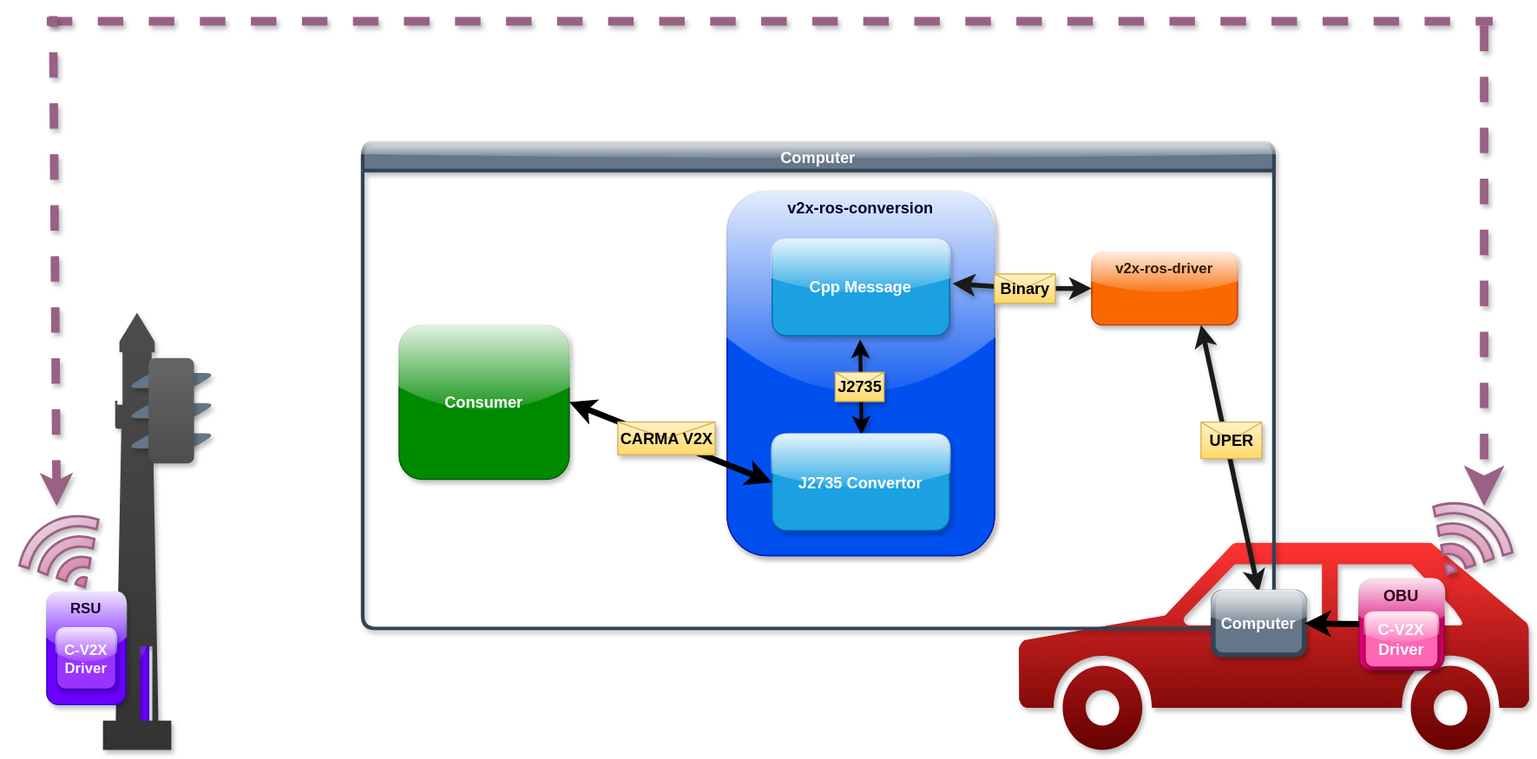
Above: assets/diagram.svg in usdot-fhwa-stol/v2x-ros-conversion (draw.io), before the change. Source tidied: cells renumbered, new cells last; positions are measured from the earlier drawing's top-left corner, leaving out a move shared by most shapes.
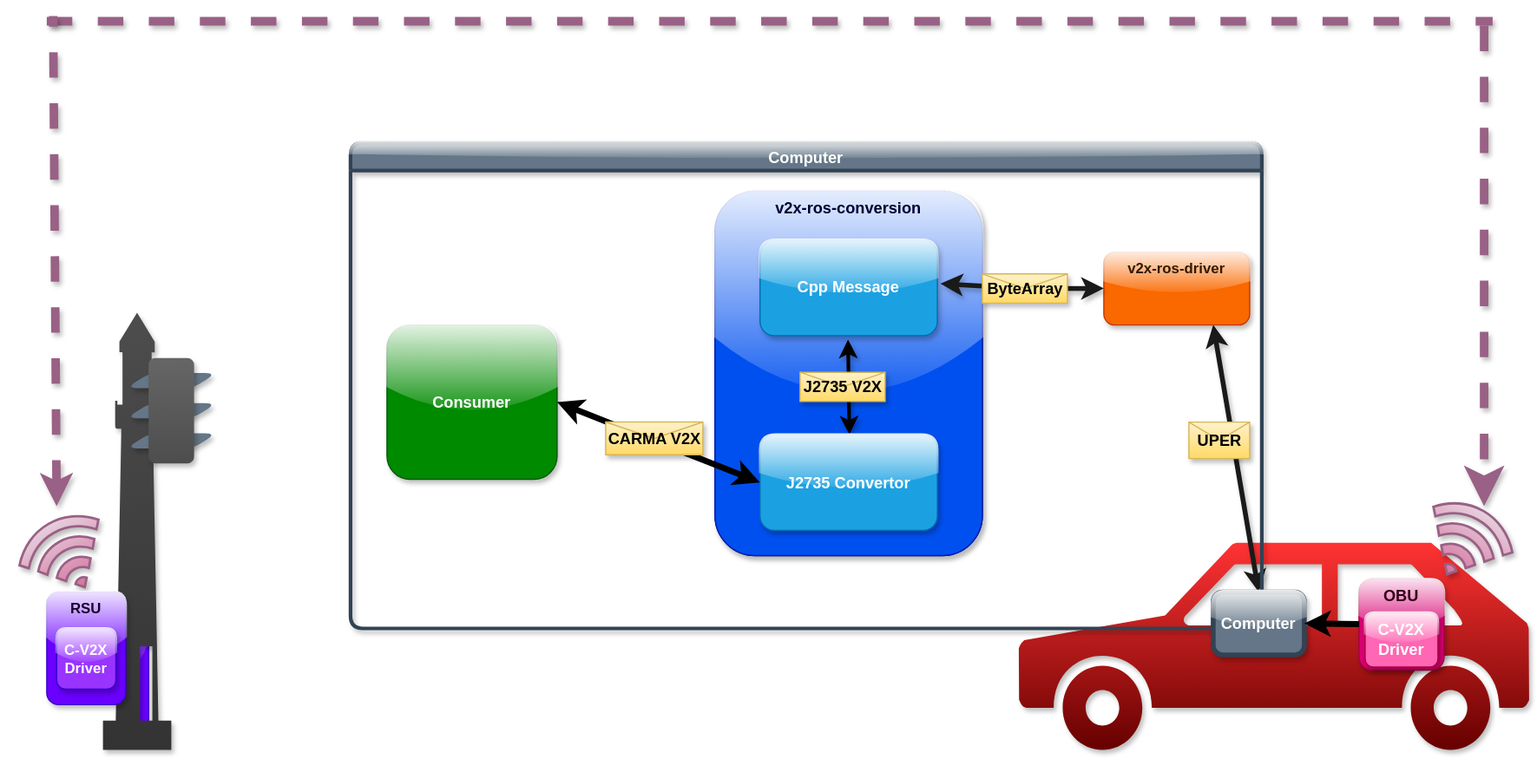
After the change.

Commit message:
Readme and diagram improvements

The edit, as a diff of the source:
```diff
@@ -18,7 +18,7 @@
       <mxGeometry x="67.2" y="244" width="56.2" height="360" as="geometry" />
     </mxCell>
     <mxCell id="7" value="Computer" style="swimlane;whiteSpace=wrap;html=1;fillColor=#647687;strokeColor=#314354;fontColor=#FFFFFF;fontStyle=1;fontSize=13;glass=1;shadow=1;rounded=1;strokeWidth=3;" parent="1" vertex="1">
-      <mxGeometry x="281" y="104" width="750" height="400" as="geometry" />
+      <mxGeometry x="271" y="104" width="750" height="400" as="geometry" />
     </mxCell>
     <mxCell id="8" style="group;strokeColor=#000033;rounded=1;glass=0;shadow=1;" parent="7" vertex="1">
       <mxGeometry x="300" y="40" width="220" height="300" as="geometry" />
@@ -37,9 +37,9 @@
         <mxPoint x="110.6" y="200.3" as="targetPoint" />
       </mxGeometry>
     </mxCell>
-    <mxCell id="12" value="J2735" style="shape=message;html=1;fillColor=#fff2cc;strokeColor=#d6b656;shadow=1;gradientColor=#ffd966;fontSize=13;fontStyle=1;fontColor=#000000;" parent="11" vertex="1">
-      <mxGeometry width="40" height="24" relative="1" as="geometry">
-        <mxPoint x="-21" y="-12" as="offset" />
+    <mxCell id="12" value="J2735 V2X" style="shape=message;html=1;fillColor=#fff2cc;strokeColor=#d6b656;shadow=1;gradientColor=#ffd966;fontSize=13;fontStyle=1;fontColor=#000000;" parent="11" vertex="1">
+      <mxGeometry width="70" height="24" relative="1" as="geometry">
+        <mxPoint x="-40" y="-12" as="offset" />
       </mxGeometry>
     </mxCell>
     <mxCell id="13" value="UPER" style="shape=message;html=1;fillColor=#fff2cc;strokeColor=#d6b656;shadow=1;gradientColor=#ffd966;fontSize=13;fontStyle=1;fontColor=#000000;" parent="11" vertex="1">
@@ -62,13 +62,13 @@
       <mxGeometry x="30" y="150.1" width="140" height="127.1" as="geometry" />
     </mxCell>
     <mxCell id="18" value="&lt;font style=&quot;color: rgb(51, 26, 0);&quot;&gt;v2x-ros-driver&lt;/font&gt;" style="rounded=1;whiteSpace=wrap;html=1;fillColor=#fa6800;strokeColor=#C73500;glass=1;fontStyle=1;fontColor=#000000;labelBorderColor=none;labelBackgroundColor=none;verticalAlign=top;shadow=1;" parent="7" vertex="1">
-      <mxGeometry x="600" y="90.1" width="120" height="60" as="geometry" />
+      <mxGeometry x="620" y="90.1" width="120" height="60" as="geometry" />
     </mxCell>
     <mxCell id="19" style="endArrow=none;html=1;fillColor=#cdeb8b;strokeColor=#1A1A1A;fontStyle=1;fontSize=13;fontColor=#000000;textShadow=1;strokeWidth=4;endFill=0;rounded=0;curved=0;startArrow=classic;startFill=1;entryX=1;entryY=0.5;entryDx=0;entryDy=0;shadow=1;" parent="7" edge="1" source="18" target="20">
       <mxGeometry relative="1" as="geometry" />
     </mxCell>
-    <mxCell id="20" value="Binary" style="shape=message;html=1;outlineConnect=0;fillColor=#fff2cc;strokeColor=#d6b656;shadow=1;gradientColor=#ffd966;fontSize=13;fontStyle=1;fontColor=#000000;" parent="7" vertex="1">
-      <mxGeometry x="520" y="108.1" width="50" height="24" as="geometry" />
+    <mxCell id="20" value="ByteArray" style="shape=message;html=1;outlineConnect=0;fillColor=#fff2cc;strokeColor=#d6b656;shadow=1;gradientColor=#ffd966;fontSize=13;fontStyle=1;fontColor=#000000;" parent="7" vertex="1">
+      <mxGeometry x="520" y="108.1" width="70" height="24" as="geometry" />
     </mxCell>
     <mxCell id="21" style="edgeStyle=none;html=1;exitX=0;exitY=0.5;exitDx=0;exitDy=0;entryX=1;entryY=0.5;entryDx=0;entryDy=0;strokeWidth=5;startArrow=classic;startFill=1;" parent="7" edge="1" source="14" target="17">
       <mxGeometry relative="1" as="geometry" />
```
